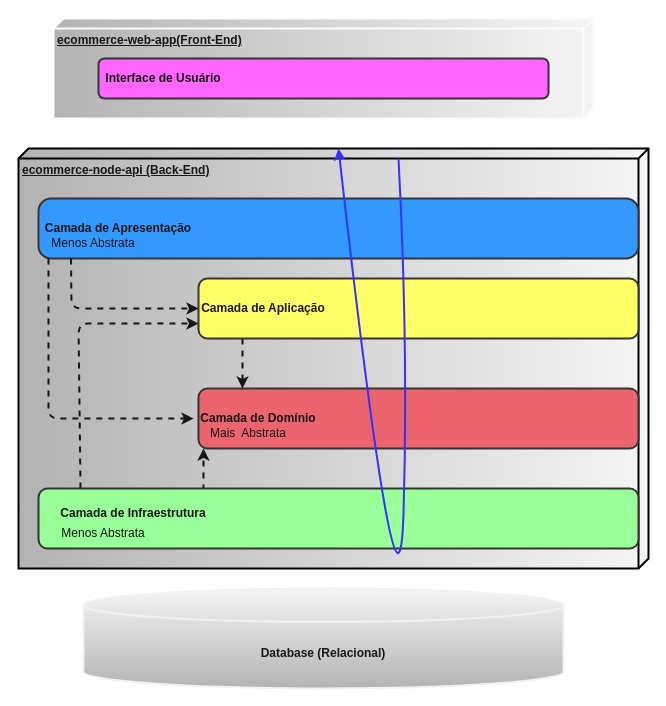
The draw.io diagram page "Arquitetura em Camadas" (1 of 2) of requirements/ecommerce-arquitetura.drawio in AdsonVicente/ecommerce-node-api, before the edit. Source tidied: cells renumbered, new cells numbered last; positions are measured from the earlier drawing's top-left corner, leaving out a move shared by most shapes. Both pictures are drawn from the tidied source at 100%, with x=0, y=0 at pixel (18, 18).
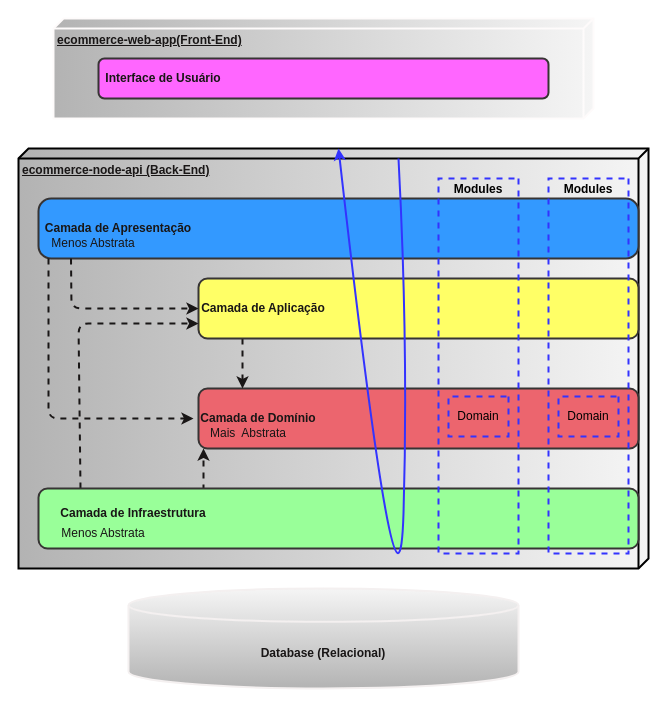
The same diagram, later.

Commit message (it also covers changes not shown here):
implementação ecommerce arquitetura database: Ligação com o banco de dados

What changed in the source:
```diff
@@
     <mxCell id="4" style="strokeWidth=2;html=1;shape=mxgraph.flowchart.database;whiteSpace=wrap;strokeColor=#f4f0f0;fillColor=#f5f5f5;gradientColor=#b3b3b3;" parent="1" vertex="1">
-      <mxGeometry x="65" y="570" width="480" height="100" as="geometry" />
+      <mxGeometry x="110" y="570" width="390" height="100" as="geometry" />
     </mxCell>
@@
+    <mxCell id="25" style="rounded=0;whiteSpace=wrap;html=1;fillColor=none;dashed=1;strokeColor=#3333FF;rotation=90;strokeWidth=2;" parent="1" vertex="1">
+      <mxGeometry x="272.5" y="307.5" width="375" height="80" as="geometry" />
+    </mxCell>
+    <mxCell id="26" style="rounded=0;whiteSpace=wrap;html=1;fillColor=none;dashed=1;strokeColor=#3333FF;rotation=90;strokeWidth=2;" parent="1" vertex="1">
+      <mxGeometry x="440" y="368.1" width="40" height="60" as="geometry" />
+    </mxCell>
+    <mxCell id="27" value="Domain" style="text;html=1;strokeColor=none;fillColor=none;align=center;verticalAlign=middle;whiteSpace=wrap;rounded=0;dashed=1;strokeWidth=2;fontColor=#000000;" parent="1" vertex="1">
+      <mxGeometry x="430" y="383.1" width="60" height="30" as="geometry" />
+    </mxCell>
+    <mxCell id="28" value="Modules" style="text;html=1;strokeColor=none;fillColor=none;align=center;verticalAlign=middle;whiteSpace=wrap;rounded=0;dashed=1;strokeWidth=2;fontColor=#000000;fontStyle=1;" parent="1" vertex="1">
+      <mxGeometry x="430" y="156" width="60" height="30" as="geometry" />
+    </mxCell>
+    <mxCell id="29" style="rounded=0;whiteSpace=wrap;html=1;fillColor=none;dashed=1;strokeColor=#3333FF;rotation=90;strokeWidth=2;" parent="1" vertex="1">
+      <mxGeometry x="382.5" y="307.5" width="375" height="80" as="geometry" />
+    </mxCell>
+    <mxCell id="30" value="Modules" style="text;html=1;strokeColor=none;fillColor=none;align=center;verticalAlign=middle;whiteSpace=wrap;rounded=0;dashed=1;strokeWidth=2;fontColor=#000000;fontStyle=1;" parent="1" vertex="1">
+      <mxGeometry x="540" y="156" width="60" height="30" as="geometry" />
+    </mxCell>
+    <mxCell id="31" style="rounded=0;whiteSpace=wrap;html=1;fillColor=none;dashed=1;strokeColor=#3333FF;rotation=90;strokeWidth=2;" parent="1" vertex="1">
+      <mxGeometry x="550" y="368.1" width="40" height="60" as="geometry" />
+    </mxCell>
+    <mxCell id="32" value="Domain" style="text;html=1;strokeColor=none;fillColor=none;align=center;verticalAlign=middle;whiteSpace=wrap;rounded=0;dashed=1;strokeWidth=2;fontColor=#000000;" parent="1" vertex="1">
+      <mxGeometry x="540" y="383.1" width="60" height="30" as="geometry" />
+    </mxCell>
```
